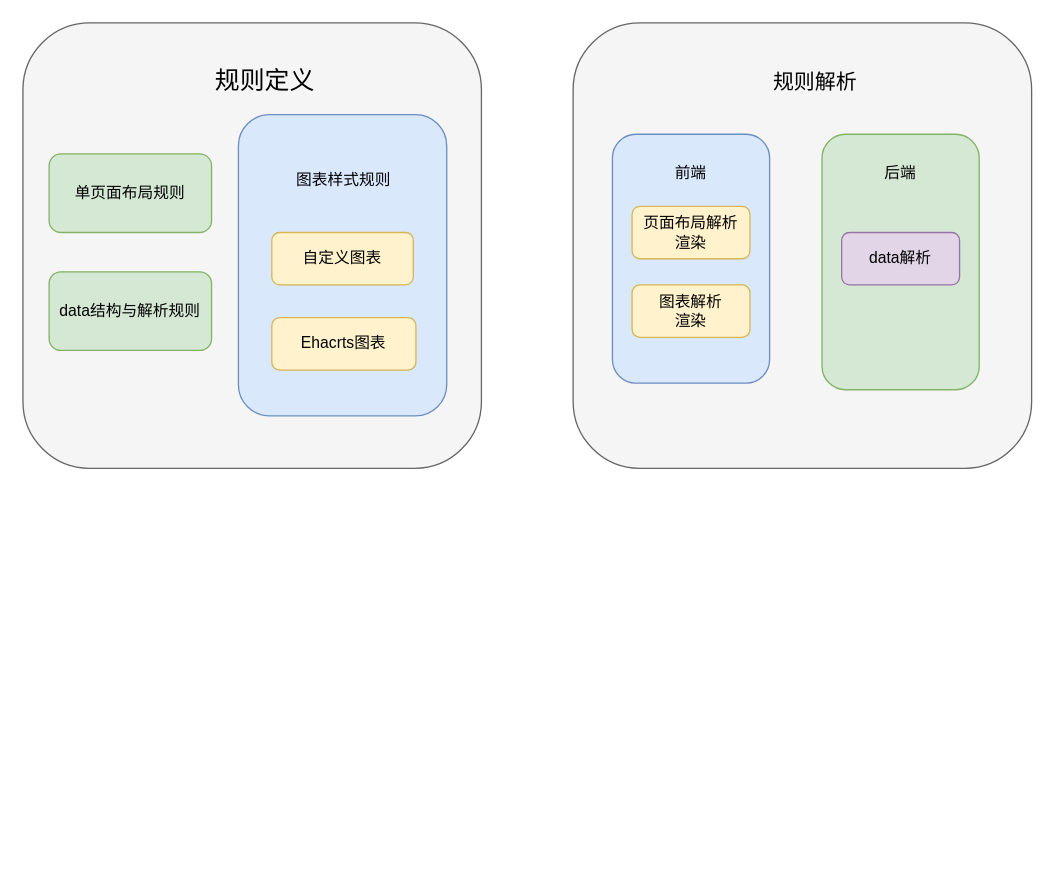
Earlier version of the draw.io diagram 未命名绘图.drawio (Xenos3811/design). Source tidied: cells renumbered, new cells numbered last; positions are measured from the earlier drawing's top-left corner, leaving out a move shared by most shapes. Both pictures are drawn from the tidied source at 131%, with x=0, y=0 at pixel (22, 22).
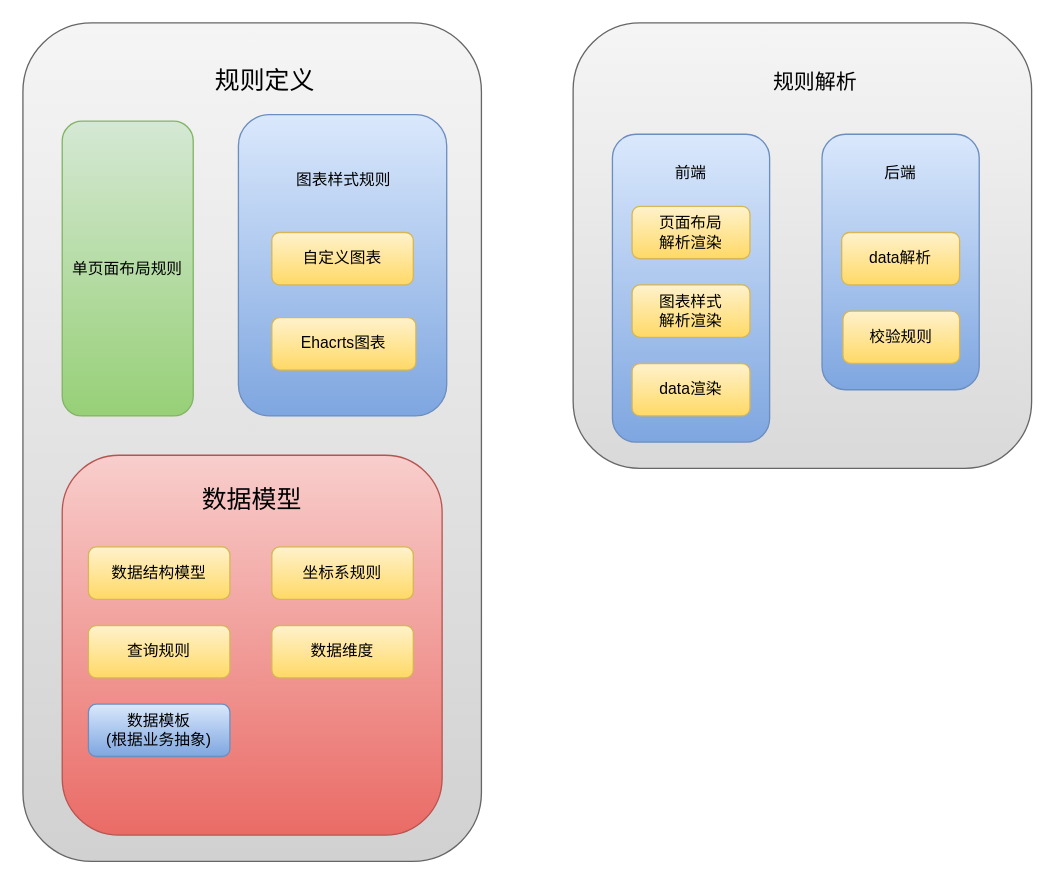
The same diagram, later.

Commit message:
更新未命名绘图.drawio

What changed in the source:
```diff
@@
-    <mxCell id="2" style="rounded=1;whiteSpace=wrap;html=1;fillColor=#f5f5f5;fontColor=#333333;strokeColor=#666666;" parent="1" vertex="1">
-      <mxGeometry width="350" height="340" as="geometry" />
+    <mxCell id="2" style="rounded=1;whiteSpace=wrap;html=1;fillColor=#f5f5f5;strokeColor=#666666;gradientColor=#D1D1D1;" parent="1" vertex="1">
+      <mxGeometry width="350" height="640" as="geometry" />
     </mxCell>
-    <mxCell id="3" value="单页面布局规则" style="rounded=1;whiteSpace=wrap;html=1;fillColor=#d5e8d4;strokeColor=#82b366;" parent="1" vertex="1">
-      <mxGeometry x="20" y="100" width="124" height="60" as="geometry" />
+    <mxCell id="3" value="单页面布局规则" style="rounded=1;whiteSpace=wrap;html=1;fillColor=#d5e8d4;strokeColor=#82b366;gradientColor=#97d077;" parent="1" vertex="1">
+      <mxGeometry x="30" y="75" width="100" height="225" as="geometry" />
     </mxCell>
-    <mxCell id="4" style="rounded=1;whiteSpace=wrap;html=1;fillColor=#dae8fc;strokeColor=#6c8ebf;" parent="1" vertex="1">
+    <mxCell id="4" style="rounded=1;whiteSpace=wrap;html=1;fillColor=#dae8fc;strokeColor=#6c8ebf;gradientColor=#7ea6e0;" parent="1" vertex="1">
       <mxGeometry x="164.5" y="70" width="159" height="230" as="geometry" />
     </mxCell>
-    <mxCell id="5" value="data结构与解析规则" style="rounded=1;whiteSpace=wrap;html=1;fillColor=#d5e8d4;strokeColor=#82b366;" parent="1" vertex="1">
-      <mxGeometry x="20" y="190" width="124" height="60" as="geometry" />
+    <mxCell id="5" style="rounded=1;whiteSpace=wrap;html=1;fillColor=#f8cecc;strokeColor=#b85450;gradientColor=#ea6b66;" parent="1" vertex="1">
+      <mxGeometry x="30" y="330" width="290" height="290" as="geometry" />
     </mxCell>
-    <mxCell id="6" value="自定义图表" style="rounded=1;whiteSpace=wrap;html=1;fillColor=#fff2cc;strokeColor=#d6b656;" parent="1" vertex="1">
+    <mxCell id="6" value="自定义图表" style="rounded=1;whiteSpace=wrap;html=1;fillColor=#fff2cc;strokeColor=#d6b656;gradientColor=#ffd966;" parent="1" vertex="1">
       <mxGeometry x="190" y="160" width="108" height="40" as="geometry" />
     </mxCell>
-    <mxCell id="7" value="Ehacrts图表" style="rounded=1;whiteSpace=wrap;html=1;fillColor=#fff2cc;strokeColor=#d6b656;" parent="1" vertex="1">
+    <mxCell id="7" value="Ehacrts图表" style="rounded=1;whiteSpace=wrap;html=1;fillColor=#fff2cc;strokeColor=#d6b656;gradientColor=#ffd966;" parent="1" vertex="1">
       <mxGeometry x="190" y="225" width="110" height="40" as="geometry" />
     </mxCell>
@@
-    <mxCell id="10" style="rounded=1;whiteSpace=wrap;html=1;fillColor=#f5f5f5;fontColor=#333333;strokeColor=#666666;" parent="1" vertex="1">
+    <mxCell id="10" style="rounded=1;whiteSpace=wrap;html=1;fillColor=#f5f5f5;gradientColor=#D9D9D9;strokeColor=#666666;" parent="1" vertex="1">
       <mxGeometry x="420" width="350" height="340" as="geometry" />
     </mxCell>
@@
-    <mxCell id="12" style="rounded=1;whiteSpace=wrap;html=1;fillColor=#dae8fc;strokeColor=#6c8ebf;" parent="1" vertex="1">
-      <mxGeometry x="450" y="85" width="120" height="190" as="geometry" />
+    <mxCell id="12" style="rounded=1;whiteSpace=wrap;html=1;fillColor=#dae8fc;strokeColor=#6c8ebf;gradientColor=#7ea6e0;" parent="1" vertex="1">
+      <mxGeometry x="450" y="85" width="120" height="235" as="geometry" />
     </mxCell>
-    <mxCell id="13" style="rounded=1;whiteSpace=wrap;html=1;fillColor=#d5e8d4;strokeColor=#82b366;" parent="1" vertex="1">
+    <mxCell id="13" style="rounded=1;whiteSpace=wrap;html=1;fillColor=#dae8fc;strokeColor=#6c8ebf;gradientColor=#7ea6e0;" parent="1" vertex="1">
       <mxGeometry x="610" y="85" width="120" height="195" as="geometry" />
     </mxCell>
@@
-    <mxCell id="16" value="图表解析&lt;div&gt;渲染&lt;/div&gt;" style="rounded=1;whiteSpace=wrap;html=1;fillColor=#fff2cc;strokeColor=#d6b656;" parent="1" vertex="1">
+    <mxCell id="16" value="图表样式&lt;div&gt;解析&lt;span style=&quot;background-color: initial;&quot;&gt;渲染&lt;/span&gt;&lt;/div&gt;" style="rounded=1;whiteSpace=wrap;html=1;fillColor=#fff2cc;strokeColor=#d6b656;gradientColor=#ffd966;" parent="1" vertex="1">
       <mxGeometry x="465" y="200" width="90" height="40" as="geometry" />
     </mxCell>
-    <mxCell id="17" value="页面布局解析&lt;div&gt;渲染&lt;/div&gt;" style="rounded=1;whiteSpace=wrap;html=1;fillColor=#fff2cc;strokeColor=#d6b656;" parent="1" vertex="1">
+    <mxCell id="17" value="页面布局&lt;div&gt;解析&lt;span style=&quot;background-color: initial;&quot;&gt;渲染&lt;/span&gt;&lt;/div&gt;" style="rounded=1;whiteSpace=wrap;html=1;fillColor=#fff2cc;strokeColor=#d6b656;gradientColor=#ffd966;" parent="1" vertex="1">
       <mxGeometry x="465" y="140" width="90" height="40" as="geometry" />
     </mxCell>
-    <mxCell id="18" value="data解析" style="rounded=1;whiteSpace=wrap;html=1;fillColor=#e1d5e7;strokeColor=#9673a6;" parent="1" vertex="1">
+    <mxCell id="18" value="data解析" style="rounded=1;whiteSpace=wrap;html=1;fillColor=#fff2cc;strokeColor=#d6b656;gradientColor=#ffd966;" parent="1" vertex="1">
       <mxGeometry x="625" y="160" width="90" height="40" as="geometry" />
     </mxCell>
+    <mxCell id="19" value="&lt;font style=&quot;font-size: 19px;&quot;&gt;数据模型&lt;/font&gt;" style="text;html=1;align=center;verticalAlign=middle;whiteSpace=wrap;rounded=0;" parent="1" vertex="1">
+      <mxGeometry x="120" y="350" width="110" height="30" as="geometry" />
+    </mxCell>
+    <mxCell id="20" value="数据结构模型" style="rounded=1;whiteSpace=wrap;html=1;fillColor=#fff2cc;strokeColor=#d6b656;gradientColor=#ffd966;" parent="1" vertex="1">
+      <mxGeometry x="50" y="400" width="108" height="40" as="geometry" />
+    </mxCell>
+    <mxCell id="21" value="数据模板&lt;div&gt;(根据业务抽象)&lt;/div&gt;" style="rounded=1;whiteSpace=wrap;html=1;fillColor=#dae8fc;strokeColor=#6c8ebf;gradientColor=#7ea6e0;" parent="1" vertex="1">
+      <mxGeometry x="50" y="520" width="108" height="40" as="geometry" />
+    </mxCell>
+    <mxCell id="22" value="查询规则" style="rounded=1;whiteSpace=wrap;html=1;fillColor=#fff2cc;strokeColor=#d6b656;gradientColor=#ffd966;" parent="1" vertex="1">
+      <mxGeometry x="50" y="460" width="108" height="40" as="geometry" />
+    </mxCell>
+    <mxCell id="23" value="数据维度" style="rounded=1;whiteSpace=wrap;html=1;fillColor=#fff2cc;strokeColor=#d6b656;gradientColor=#ffd966;" parent="1" vertex="1">
+      <mxGeometry x="190" y="460" width="108" height="40" as="geometry" />
+    </mxCell>
+    <mxCell id="24" value="坐标系规则" style="rounded=1;whiteSpace=wrap;html=1;fillColor=#fff2cc;strokeColor=#d6b656;gradientColor=#ffd966;" parent="1" vertex="1">
+      <mxGeometry x="190" y="400" width="108" height="40" as="geometry" />
+    </mxCell>
+    <mxCell id="25" value="校验规则" style="rounded=1;whiteSpace=wrap;html=1;fillColor=#fff2cc;strokeColor=#d6b656;gradientColor=#ffd966;" parent="1" vertex="1">
+      <mxGeometry x="626" y="220" width="89" height="40" as="geometry" />
+    </mxCell>
+    <mxCell id="26" value="data渲染" style="rounded=1;whiteSpace=wrap;html=1;fillColor=#fff2cc;strokeColor=#d6b656;gradientColor=#ffd966;" parent="1" vertex="1">
+      <mxGeometry x="465" y="260" width="90" height="40" as="geometry" />
+    </mxCell>
```
